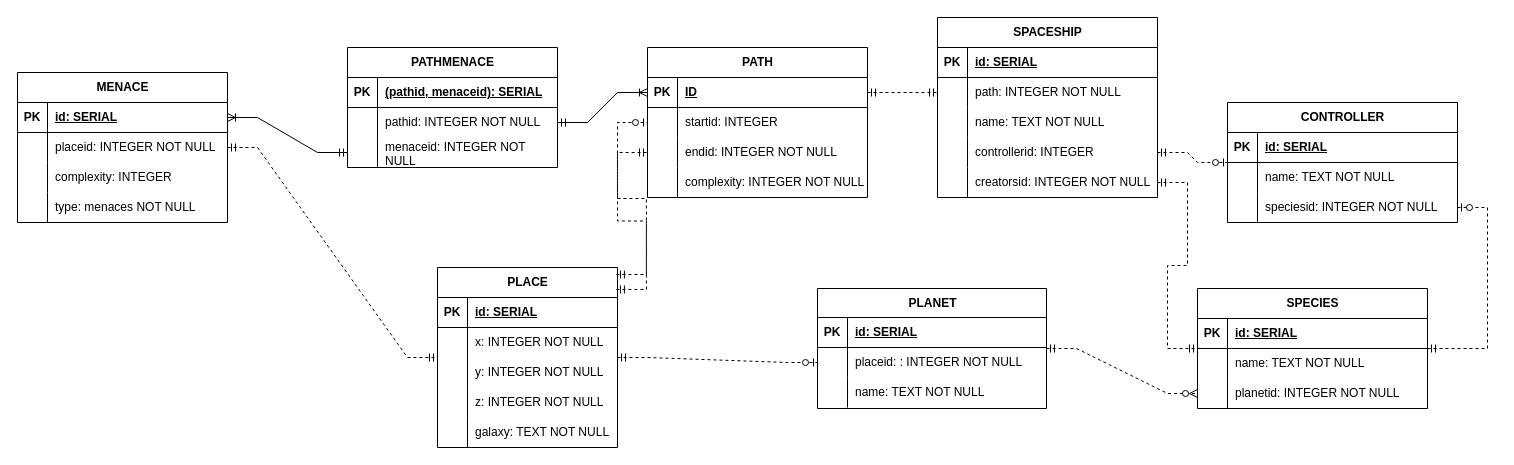
This is Datamodel.drawio from PetrIgnatov/ITMODBLab1, a draw.io file, before an edit. Source tidied: cells renumbered, new cells numbered last; positions are measured from the earlier drawing's top-left corner, leaving out a move shared by most shapes. Both pictures are drawn from the tidied source at 100%, with x=0, y=0 at pixel (17, 17).
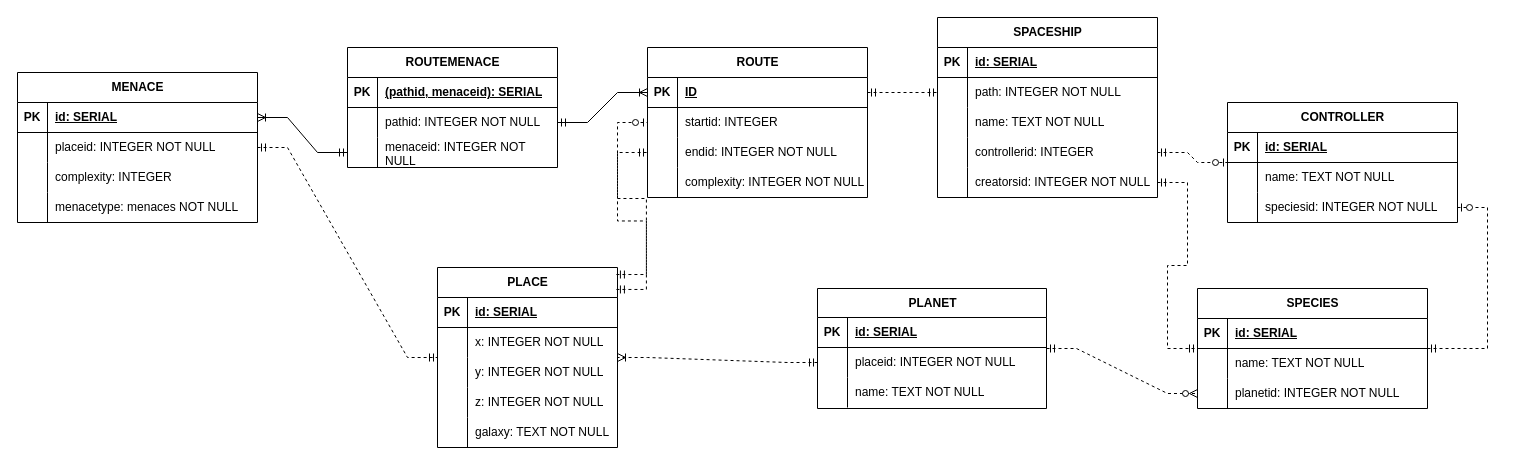
Above is the later version.

The change refers to these unchanged cells:
```xml
<mxCell id="28" value="PLACE" style="shape=table;startSize=30;childLayout=tableLayout;rowLines=0;fontStyle=1;align=center;html=1;" parent="1" vertex="1">
  <mxGeometry x="420" y="250" width="180" height="180" as="geometry" />
</mxCell>
<mxCell id="48" style="shape=tableRow;horizontal=0;startSize=0;swimlaneHead=0;swimlaneBody=0;fillColor=none;points=[[0,0.5],[1,0.5]];portConstraint=eastwest;top=0;left=0;right=0;bottom=0;" parent="44" vertex="1">
  <mxGeometry y="59" width="229" height="30" as="geometry" />
</mxCell>
```

Diff of the diagram source:
```diff
@@
     <mxCell id="2" value="MENACE" style="shape=table;startSize=30;childLayout=tableLayout;rowLines=0;fontStyle=1;align=center;html=1;" parent="1" vertex="1">
-      <mxGeometry y="55" width="210" height="150" as="geometry" />
+      <mxGeometry y="55" width="240" height="150" as="geometry" />
     </mxCell>
     <mxCell id="3" style="shape=tableRow;horizontal=0;startSize=0;swimlaneHead=0;swimlaneBody=0;fillColor=none;points=[[0,0.5],[1,0.5]];portConstraint=eastwest;top=0;left=0;right=0;bottom=1;" parent="2" vertex="1">
-      <mxGeometry y="30" width="210" height="30" as="geometry" />
+      <mxGeometry y="30" width="240" height="30" as="geometry" />
     </mxCell>
@@
     <mxCell id="5" value="id: SERIAL" style="shape=partialRectangle;fillColor=none;top=0;left=0;bottom=0;right=0;align=left;spacingLeft=6;fontStyle=5;overflow=hidden;whiteSpace=wrap;html=1;" parent="3" vertex="1">
-      <mxGeometry x="30" width="180" height="30" as="geometry" />
+      <mxGeometry x="30" width="210" height="30" as="geometry" />
     </mxCell>
     <mxCell id="6" style="shape=tableRow;horizontal=0;startSize=0;swimlaneHead=0;swimlaneBody=0;fillColor=none;points=[[0,0.5],[1,0.5]];portConstraint=eastwest;top=0;left=0;right=0;bottom=0;" parent="2" vertex="1">
-      <mxGeometry y="60" width="210" height="30" as="geometry" />
+      <mxGeometry y="60" width="240" height="30" as="geometry" />
     </mxCell>
@@
     <mxCell id="8" value="placeid: INTEGER NOT NULL" style="shape=partialRectangle;fillColor=none;top=0;left=0;bottom=0;right=0;align=left;spacingLeft=6;overflow=hidden;whiteSpace=wrap;html=1;" parent="6" vertex="1">
-      <mxGeometry x="30" width="180" height="30" as="geometry" />
+      <mxGeometry x="30" width="210" height="30" as="geometry" />
     </mxCell>
     <mxCell id="9" style="shape=tableRow;horizontal=0;startSize=0;swimlaneHead=0;swimlaneBody=0;fillColor=none;top=0;left=0;right=0;bottom=0;" parent="2" vertex="1">
-      <mxGeometry y="90" width="210" height="30" as="geometry" />
+      <mxGeometry y="90" width="240" height="30" as="geometry" />
     </mxCell>
@@
     <mxCell id="11" value="complexity: INTEGER" style="shape=partialRectangle;fillColor=none;top=0;left=0;bottom=0;right=0;align=left;spacingLeft=6;overflow=hidden;whiteSpace=wrap;html=1;" parent="9" vertex="1">
-      <mxGeometry x="30" width="180" height="30" as="geometry" />
+      <mxGeometry x="30" width="210" height="30" as="geometry" />
     </mxCell>
     <mxCell id="12" style="shape=tableRow;horizontal=0;startSize=0;swimlaneHead=0;swimlaneBody=0;fillColor=none;top=0;left=0;right=0;bottom=0;" parent="2" vertex="1">
-      <mxGeometry y="120" width="210" height="30" as="geometry" />
+      <mxGeometry y="120" width="240" height="30" as="geometry" />
     </mxCell>
@@
-    <mxCell id="14" value="type: menaces NOT NULL" style="shape=partialRectangle;fillColor=none;top=0;left=0;bottom=0;right=0;align=left;spacingLeft=6;overflow=hidden;whiteSpace=wrap;html=1;" parent="12" vertex="1">
-      <mxGeometry x="30" width="180" height="30" as="geometry" />
+    <mxCell id="14" value="menacetype: menaces NOT NULL" style="shape=partialRectangle;fillColor=none;top=0;left=0;bottom=0;right=0;align=left;spacingLeft=6;overflow=hidden;whiteSpace=wrap;html=1;" parent="12" vertex="1">
+      <mxGeometry x="30" width="210" height="30" as="geometry" />
     </mxCell>
-    <mxCell id="15" value="PATH" style="shape=table;startSize=30;childLayout=tableLayout;rowLines=0;fontStyle=1;align=center;html=1;" parent="1" vertex="1">
+    <mxCell id="15" value="ROUTE" style="shape=table;startSize=30;childLayout=tableLayout;rowLines=0;fontStyle=1;align=center;html=1;" parent="1" vertex="1">
       <mxGeometry x="630" y="30" width="220" height="150" as="geometry" />
     </mxCell>
@@
-    <mxCell id="50" value="placeid: : INTEGER NOT NULL" style="shape=partialRectangle;fillColor=none;top=0;left=0;bottom=0;right=0;align=left;spacingLeft=6;overflow=hidden;whiteSpace=wrap;html=1;" parent="48" vertex="1">
+    <mxCell id="50" value="placeid: INTEGER NOT NULL" style="shape=partialRectangle;fillColor=none;top=0;left=0;bottom=0;right=0;align=left;spacingLeft=6;overflow=hidden;whiteSpace=wrap;html=1;" parent="48" vertex="1">
       <mxGeometry x="30" width="199" height="30" as="geometry" />
     </mxCell>
@@
-    <mxCell id="95" style="edgeStyle=entityRelationEdgeStyle;fontSize=12;html=1;endArrow=ERzeroToOne;startArrow=ERmandOne;rounded=0;dashed=1;" parent="1" edge="1" source="28" target="48">
-      <mxGeometry relative="1" as="geometry" />
-    </mxCell>
@@
-    <mxCell id="99" value="PATHMENACE" style="shape=table;startSize=30;childLayout=tableLayout;rowLines=0;fontStyle=1;align=center;html=1;" parent="1" vertex="1">
+    <mxCell id="99" value="ROUTEMENACE" style="shape=table;startSize=30;childLayout=tableLayout;rowLines=0;fontStyle=1;align=center;html=1;" parent="1" vertex="1">
       <mxGeometry x="330" y="30" width="210" height="120" as="geometry" />
     </mxCell>
@@
+    <mxCell id="111" style="edgeStyle=entityRelationEdgeStyle;fontSize=12;html=1;endArrow=ERoneToMany;startArrow=ERmandOne;rounded=0;dashed=1;" parent="1" edge="1" source="48" target="28">
+      <mxGeometry relative="1" as="geometry" />
+    </mxCell>
```
